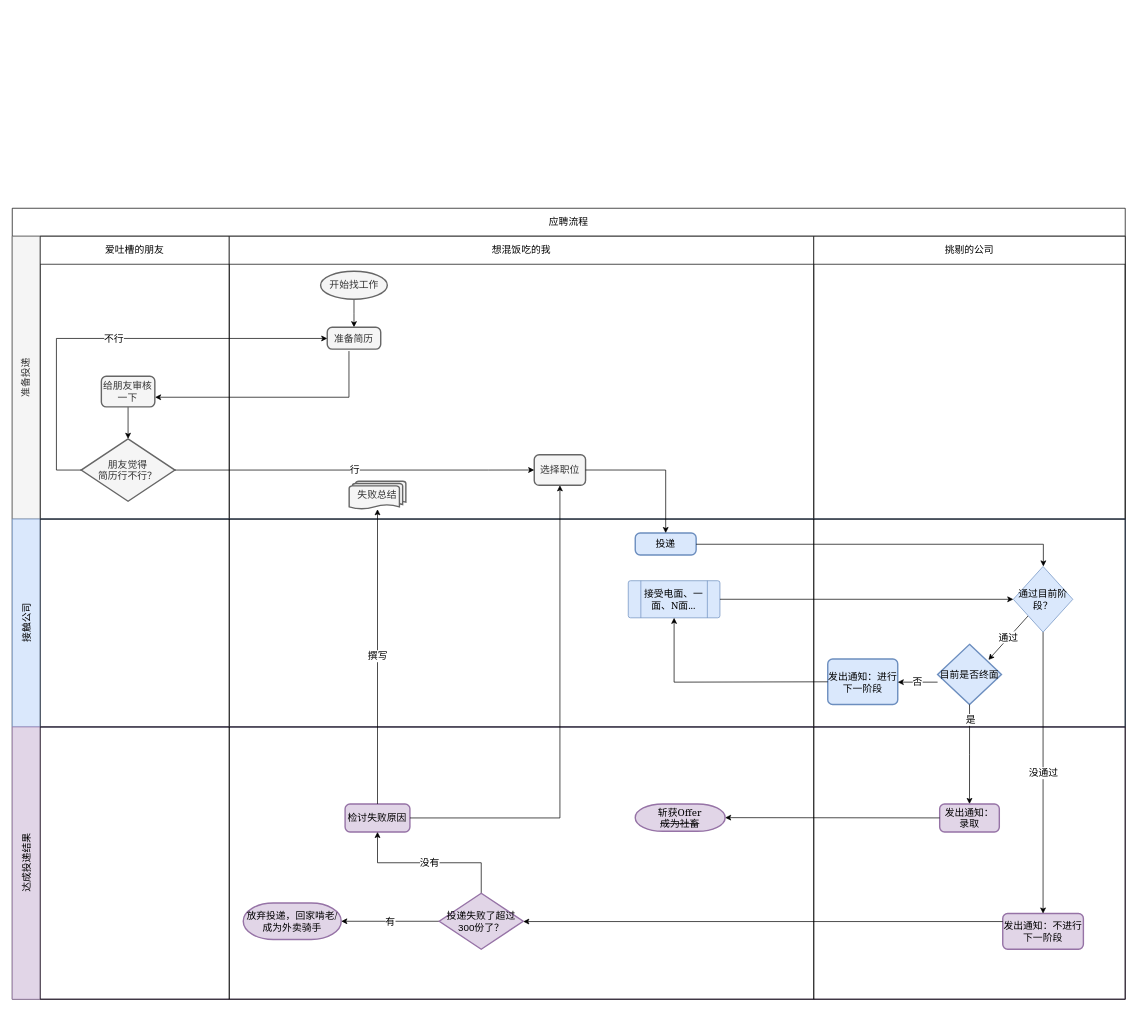
Ryuuko/drawIo keeps this draw.io diagram as crossJobSeeking.drawio. Above is the earlier version. Source tidied: cells renumbered, new cells numbered last; positions are measured from the earlier drawing's top-left corner, leaving out a move shared by most shapes. Both pictures are drawn from the tidied source at 70%, with x=0, y=0 at pixel (12, 12).
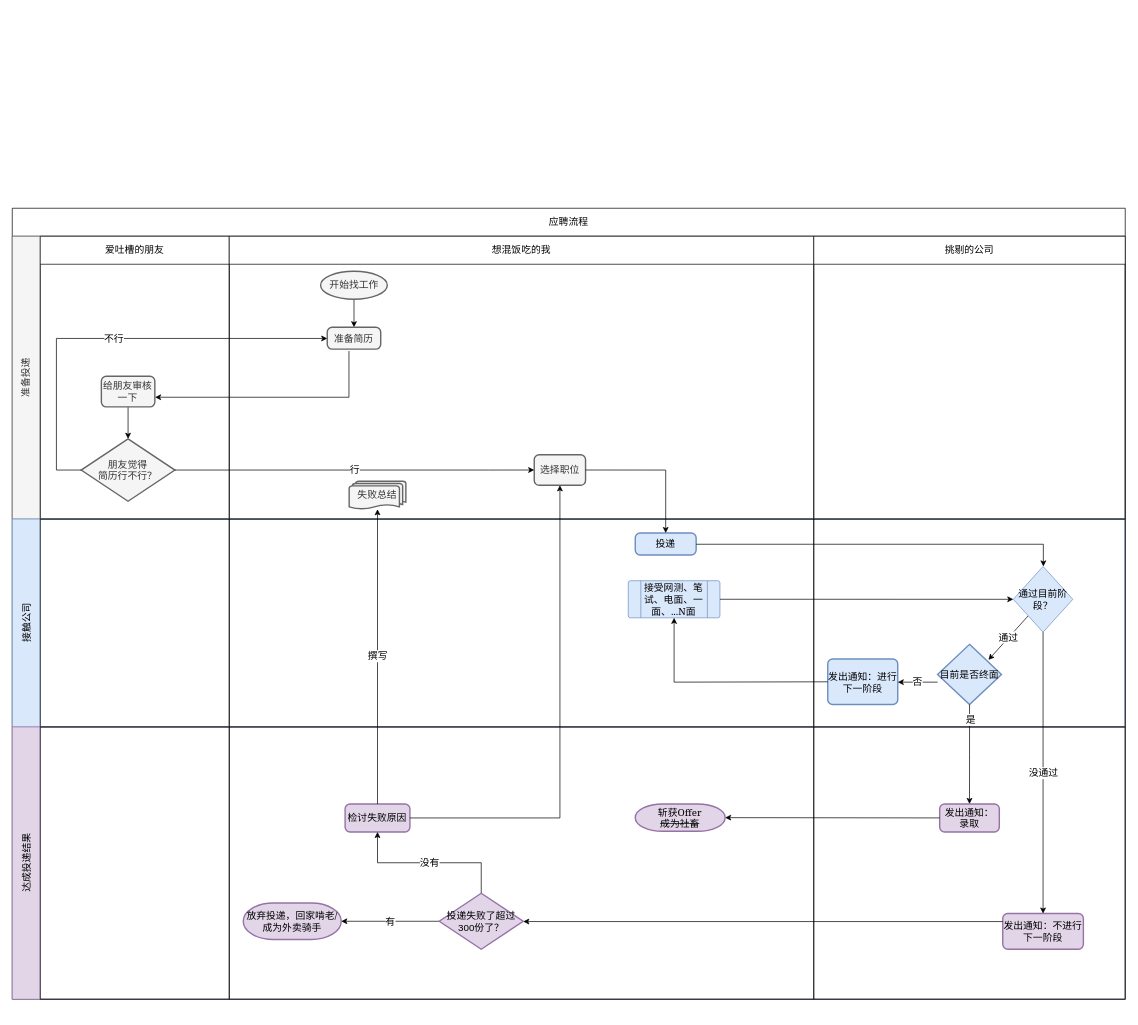
The same page after the edit.

The change refers to these unchanged cells:
```xml
<mxCell id="21" style="swimlane;startSize=0;html=1;whiteSpace=wrap;fontSize=14;" parent="19" vertex="1">
  <mxGeometry x="310" width="835" height="297" as="geometry" />
</mxCell>
```

Diff of the diagram source:
```diff
@@
-    <mxCell id="24" value="接受电面、一面、N面..." style="verticalLabelPosition=middle;verticalAlign=middle;html=1;shape=process;whiteSpace=wrap;rounded=1;size=0.14;arcSize=6;labelBackgroundColor=none;sketch=0;fontFamily=Georgia;fontSize=14;labelPosition=center;align=center;labelBorderColor=none;fillColor=#dae8fc;strokeColor=#6c8ebf;" parent="21" vertex="1">
+    <mxCell id="24" value="接受网测、笔试、电面、一面、...N面" style="verticalLabelPosition=middle;verticalAlign=middle;html=1;shape=process;whiteSpace=wrap;rounded=1;size=0.14;arcSize=6;labelBackgroundColor=none;sketch=0;fontFamily=Georgia;fontSize=14;labelPosition=center;align=center;labelBorderColor=none;fillColor=#dae8fc;strokeColor=#6c8ebf;" parent="21" vertex="1">
       <mxGeometry x="570" y="88.1" width="131" height="53" as="geometry" />
     </mxCell>
```
